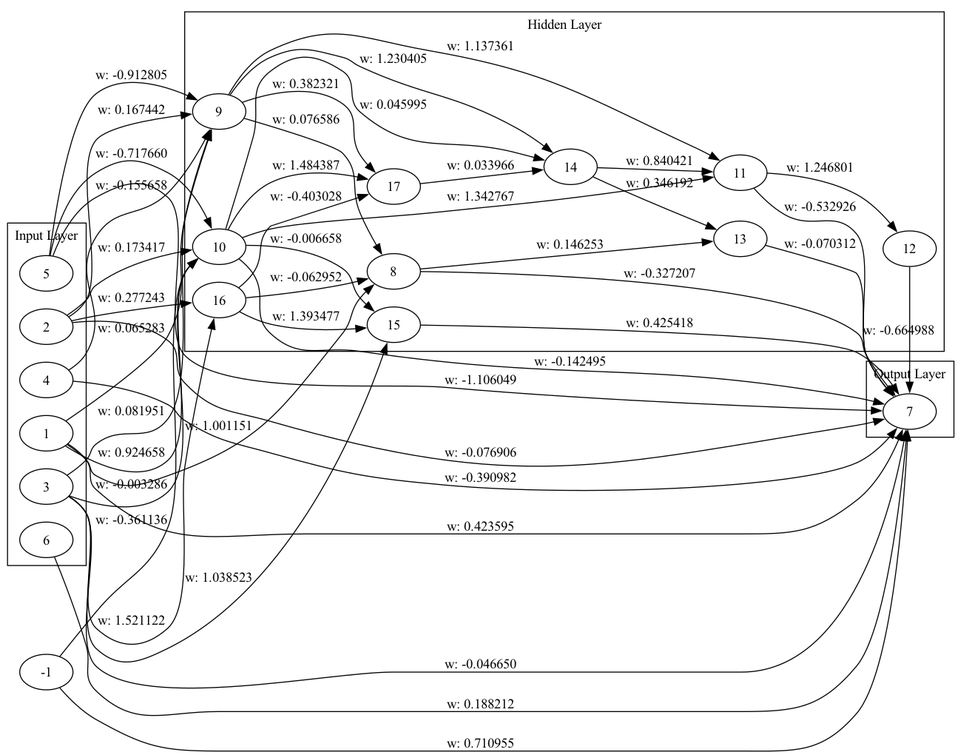
malikAkurtz/TradingSystem keeps this Graphviz diagram as genome_graph.png. Above is the earlier version. Its source is kept beside it as genome_graph.dot.
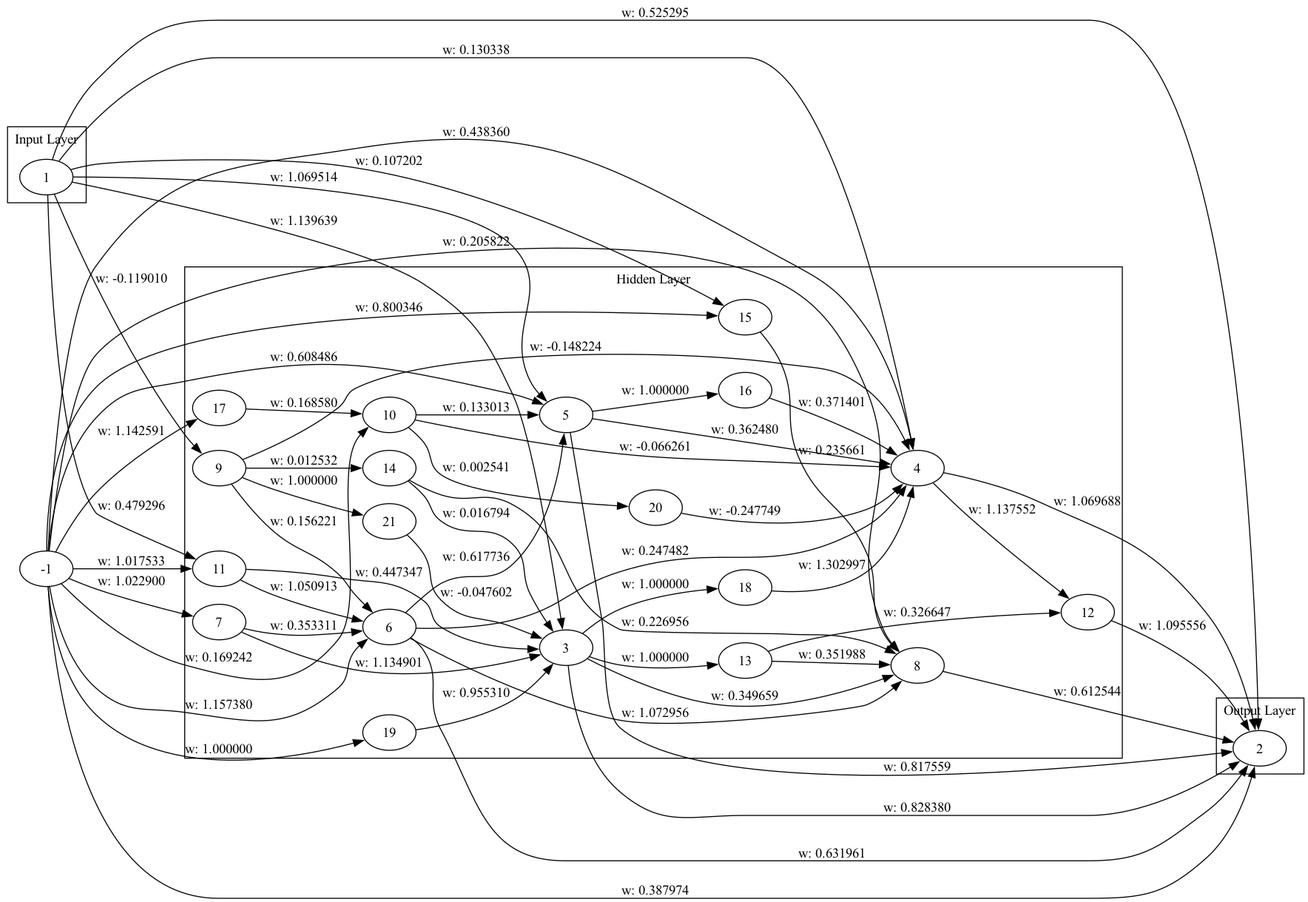
The same diagram one commit later.

Commit message:
made layer a vector of ids instead of pointers

Change to the diagram source:
```diff
@@ -3,14 +3,14 @@
   subgraph cluster_0 {
     label="Input Layer";
     1;
-    2;
+  }
+  subgraph cluster_1 {
+    label="Hidden Layer";
     3;
     4;
     5;
     6;
-  }
-  subgraph cluster_1 {
-    label="Hidden Layer";
+    7;
     8;
     9;
     10;
@@ -21,52 +21,68 @@
     15;
     16;
     17;
+    18;
+    19;
+    20;
+    21;
   }
   subgraph cluster_2 {
     label="Output Layer";
-    7;
+    2;
   }
-  1 -> 7 [label="w: 0.423595"];
-  2 -> 7 [label="w: -0.076906"];
-  3 -> 7 [label="w: -0.046650"];
-  4 -> 7 [label="w: -0.390982"];
-  5 -> 7 [label="w: -1.106049"];
-  6 -> 7 [label="w: 0.188212"];
-  -1 -> 7 [label="w: 0.710955"];
-  1 -> 8 [label="w: 1.001151"];
-  8 -> 7 [label="w: -0.327207"];
-  1 -> 9 [label="w: 0.065283"];
-  9 -> 8 [label="w: 0.076586"];
-  1 -> 10 [label="w: 0.924658"];
-  10 -> 7 [label="w: -0.142495"];
-  5 -> 9 [label="w: -0.912805"];
-  5 -> 10 [label="w: -0.717660"];
-  10 -> 11 [label="w: 1.342767"];
-  11 -> 7 [label="w: -0.532926"];
-  3 -> 10 [label="w: -0.003286"];
-  11 -> 12 [label="w: 1.246801"];
-  12 -> 7 [label="w: -0.664988"];
-  8 -> 13 [label="w: 0.146253"];
-  13 -> 7 [label="w: -0.070312"];
-  3 -> 9 [label="w: 0.081951"];
-  9 -> 11 [label="w: 1.137361"];
-  -1 -> 10 [label="w: -0.361136"];
-  9 -> 14 [label="w: 1.230405"];
-  14 -> 11 [label="w: 0.840421"];
-  2 -> 10 [label="w: 0.173417"];
-  4 -> 9 [label="w: -0.155658"];
-  2 -> 9 [label="w: 0.167442"];
-  10 -> 14 [label="w: 0.045995"];
-  3 -> 15 [label="w: 1.038523"];
-  15 -> 7 [label="w: 0.425418"];
-  3 -> 16 [label="w: 1.521122"];
-  16 -> 15 [label="w: 1.393477"];
-  2 -> 16 [label="w: 0.277243"];
-  14 -> 13 [label="w: 0.346192"];
-  16 -> 8 [label="w: -0.062952"];
-  10 -> 15 [label="w: -0.006658"];
-  10 -> 17 [label="w: 1.484387"];
-  17 -> 14 [label="w: 0.033966"];
-  9 -> 17 [label="w: 0.382321"];
-  16 -> 17 [label="w: -0.403028"];
+  1 -> 2 [label="w: 0.525295"];
+  -1 -> 2 [label="w: 0.387974"];
+  1 -> 3 [label="w: 1.139639"];
+  3 -> 2 [label="w: 0.828380"];
+  4 -> 2 [label="w: 1.069688"];
+  1 -> 4 [label="w: 0.130338"];
+  1 -> 5 [label="w: 1.069514"];
+  5 -> 2 [label="w: 0.817559"];
+  -1 -> 4 [label="w: 0.438360"];
+  -1 -> 5 [label="w: 0.608486"];
+  -1 -> 6 [label="w: 1.157380"];
+  6 -> 5 [label="w: 0.617736"];
+  6 -> 2 [label="w: 0.631961"];
+  6 -> 4 [label="w: 0.247482"];
+  -1 -> 7 [label="w: 1.022900"];
+  7 -> 3 [label="w: 1.134901"];
+  6 -> 8 [label="w: 1.072956"];
+  8 -> 2 [label="w: 0.612544"];
+  1 -> 9 [label="w: -0.119010"];
+  -1 -> 10 [label="w: 0.169242"];
+  10 -> 4 [label="w: -0.066261"];
+  5 -> 4 [label="w: 0.362480"];
+  10 -> 5 [label="w: 0.133013"];
+  9 -> 4 [label="w: -0.148224"];
+  -1 -> 11 [label="w: 1.017533"];
+  11 -> 6 [label="w: 1.050913"];
+  7 -> 6 [label="w: 0.353311"];
+  -1 -> 8 [label="w: 0.205822"];
+  3 -> 8 [label="w: 0.349659"];
+  4 -> 12 [label="w: 1.137552"];
+  12 -> 2 [label="w: 1.095556"];
+  11 -> 3 [label="w: 0.447347"];
+  9 -> 6 [label="w: 0.156221"];
+  3 -> 13 [label="w: 1.000000"];
+  13 -> 8 [label="w: 0.351988"];
+  9 -> 14 [label="w: 0.012532"];
+  14 -> 3 [label="w: 0.016794"];
+  13 -> 12 [label="w: 0.326647"];
+  1 -> 11 [label="w: 0.479296"];
+  -1 -> 15 [label="w: 0.800346"];
+  15 -> 8 [label="w: 0.235661"];
+  5 -> 16 [label="w: 1.000000"];
+  16 -> 4 [label="w: 0.371401"];
+  1 -> 15 [label="w: 0.107202"];
+  -1 -> 17 [label="w: 1.142591"];
+  17 -> 10 [label="w: 0.168580"];
+  14 -> 8 [label="w: 0.226956"];
+  3 -> 18 [label="w: 1.000000"];
+  18 -> 4 [label="w: 1.302997"];
+  -1 -> 19 [label="w: 1.000000"];
+  19 -> 3 [label="w: 0.955310"];
+  10 -> 20 [label="w: 0.002541"];
+  20 -> 4 [label="w: -0.247749"];
+  9 -> 21 [label="w: 1.000000"];
+  21 -> 3 [label="w: -0.047602"];
 }
```
